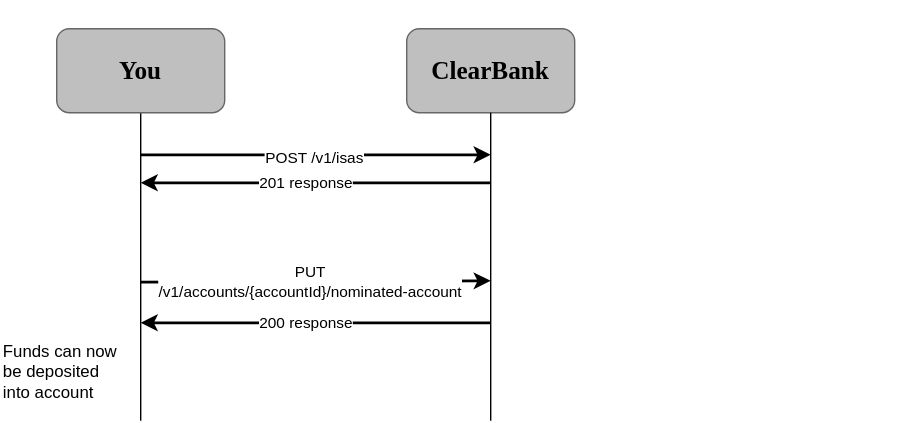
This is static/assets/images/cash-isa-open.svg from clearbank/clearbank.github.io, a draw.io export, as it was before one commit. Source tidied: cells renumbered, new cells last; positions are measured from the earlier drawing's top-left corner, leaving out a move shared by most shapes.
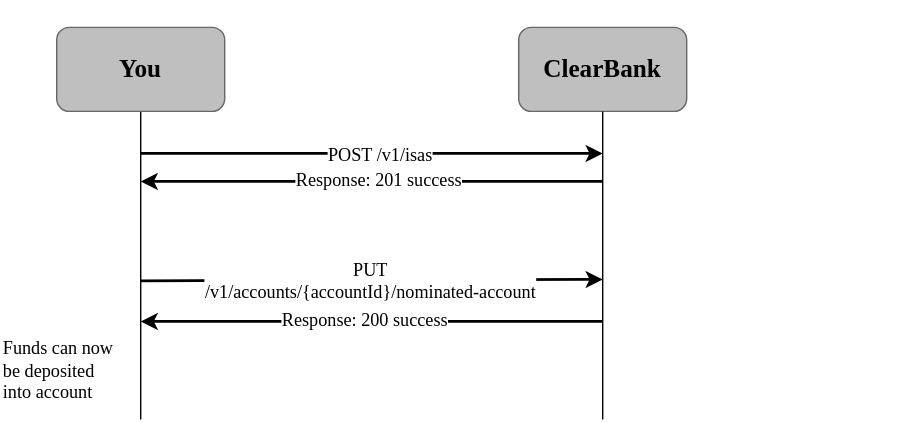
The same diagram one commit later.

The edit, as a diff of the source:
```diff
@@ -2,76 +2,75 @@
   <root>
     <mxCell id="0" />
     <mxCell id="1" parent="0" />
-    <mxCell id="2" value="ClearBank" style="rounded=1;whiteSpace=wrap;html=1;strokeColor=#666666;fillColor=#BFBFBF;gradientColor=none;fontFamily=Clear Sans Display;fontStyle=1;fontSize=18;" parent="1" vertex="1">
-      <mxGeometry x="290" y="20" width="120" height="60" as="geometry" />
+    <mxCell id="2" value="ClearBank" style="rounded=1;whiteSpace=wrap;html=1;strokeColor=#666666;fillColor=#BFBFBF;gradientColor=none;fontFamily=Clear Sans Text;fontStyle=1;fontSize=18;" parent="1" vertex="1">
+      <mxGeometry x="370" y="20" width="120" height="60" as="geometry" />
     </mxCell>
-    <mxCell id="3" style="edgeStyle=orthogonalEdgeStyle;rounded=0;jettySize=auto;html=1;endArrow=none;endFill=0;exitX=0.5;exitY=1;exitDx=0;exitDy=0;" parent="1" edge="1" source="2">
+    <mxCell id="3" style="edgeStyle=orthogonalEdgeStyle;rounded=0;jettySize=auto;html=1;endArrow=none;endFill=0;exitX=0.5;exitY=1;exitDx=0;exitDy=0;fontFamily=Clear Sans Text;fontSize=13;" parent="1" edge="1" source="2">
       <mxGeometry relative="1" as="geometry">
-        <mxPoint x="350" y="300" as="targetPoint" />
+        <mxPoint x="430" y="300" as="targetPoint" />
         <Array as="points">
-          <mxPoint x="350" y="300" />
+          <mxPoint x="430" y="300" />
         </Array>
       </mxGeometry>
     </mxCell>
-    <mxCell id="4" style="edgeStyle=orthogonalEdgeStyle;rounded=0;jettySize=auto;html=1;endArrow=none;endFill=0;" parent="1" edge="1" source="5">
+    <mxCell id="4" style="edgeStyle=orthogonalEdgeStyle;rounded=0;jettySize=auto;html=1;endArrow=none;endFill=0;fontFamily=Clear Sans Text;fontSize=13;" parent="1" edge="1" source="5">
       <mxGeometry relative="1" as="geometry">
         <mxPoint x="100" y="300" as="targetPoint" />
       </mxGeometry>
     </mxCell>
-    <mxCell id="5" value="You" style="rounded=1;whiteSpace=wrap;html=1;strokeColor=#666666;fillColor=#BFBFBF;gradientColor=none;fontFamily=Clear Sans Display;fontStyle=1;fontSize=18;" parent="1" vertex="1">
+    <mxCell id="5" value="You" style="rounded=1;whiteSpace=wrap;html=1;strokeColor=#666666;fillColor=#BFBFBF;gradientColor=none;fontFamily=Clear Sans Text;fontStyle=1;fontSize=18;" parent="1" vertex="1">
       <mxGeometry x="40" y="20" width="120" height="60" as="geometry" />
     </mxCell>
-    <mxCell id="6" style="endArrow=classic;html=1;rounded=0;strokeWidth=2;" parent="1" edge="1">
+    <mxCell id="6" style="endArrow=classic;html=1;rounded=0;strokeWidth=2;fontFamily=Clear Sans Text;fontSize=13;" parent="1" edge="1">
       <mxGeometry relative="1" as="geometry">
         <mxPoint x="100" y="110" as="sourcePoint" />
-        <mxPoint x="350" y="110" as="targetPoint" />
+        <mxPoint x="430" y="110" as="targetPoint" />
       </mxGeometry>
     </mxCell>
-    <mxCell id="7" value="POST /v1/isas" style="edgeLabel;html=1;align=center;verticalAlign=middle;" parent="6" vertex="1">
+    <mxCell id="7" value="POST /v1/isas" style="edgeLabel;html=1;align=center;verticalAlign=middle;fontFamily=Clear Sans Text;fontSize=13;" parent="6" vertex="1">
       <mxGeometry x="0.09" y="-1" relative="1" as="geometry">
-        <mxPoint x="-13" as="offset" />
+        <mxPoint x="-9" as="offset" />
       </mxGeometry>
     </mxCell>
-    <mxCell id="8" style="endArrow=classic;html=1;rounded=0;strokeWidth=2;" parent="1" edge="1">
+    <mxCell id="8" style="endArrow=classic;html=1;rounded=0;strokeWidth=2;fontFamily=Clear Sans Text;fontSize=13;" parent="1" edge="1">
       <mxGeometry relative="1" as="geometry">
-        <mxPoint x="350" y="130" as="sourcePoint" />
+        <mxPoint x="430" y="130" as="sourcePoint" />
         <mxPoint x="100" y="130" as="targetPoint" />
       </mxGeometry>
     </mxCell>
-    <mxCell id="9" value="201 response" style="edgeLabel;html=1;align=center;verticalAlign=middle;" parent="8" vertex="1">
+    <mxCell id="9" value="Response: 201 success" style="edgeLabel;html=1;align=center;verticalAlign=middle;fontFamily=Clear Sans Text;fontSize=13;" parent="8" vertex="1">
       <mxGeometry x="0.09" y="-1" relative="1" as="geometry">
-        <mxPoint x="3" as="offset" />
+        <mxPoint x="19" as="offset" />
       </mxGeometry>
     </mxCell>
-    <mxCell id="10" style="endArrow=classic;html=1;rounded=0;strokeWidth=2;" parent="1" edge="1">
+    <mxCell id="10" style="endArrow=classic;html=1;rounded=0;strokeWidth=2;fontFamily=Clear Sans Text;fontSize=13;entryX=0;entryY=1;entryDx=0;entryDy=0;" parent="1" edge="1" target="14">
       <mxGeometry relative="1" as="geometry">
         <mxPoint x="100" y="201" as="sourcePoint" />
-        <mxPoint x="350" y="200" as="targetPoint" />
       </mxGeometry>
     </mxCell>
-    <mxCell id="11" value="PUT&lt;br&gt;/v1/accounts/{accountId}/nominated-account" style="edgeLabel;html=1;align=center;verticalAlign=middle;" parent="10" vertex="1">
+    <mxCell id="11" value="PUT&lt;br style=&quot;font-size: 13px;&quot;&gt;/v1/accounts/{accountId}/nominated-account" style="edgeLabel;html=1;align=center;verticalAlign=middle;fontFamily=Clear Sans Text;fontSize=13;" parent="10" vertex="1">
       <mxGeometry x="0.09" y="-1" relative="1" as="geometry">
         <mxPoint x="-16" y="-1" as="offset" />
       </mxGeometry>
     </mxCell>
-    <mxCell id="12" style="endArrow=classic;html=1;rounded=0;strokeWidth=2;" parent="1" edge="1">
+    <mxCell id="12" style="endArrow=classic;html=1;rounded=0;strokeWidth=2;fontFamily=Clear Sans Text;fontSize=13;" parent="1" edge="1">
       <mxGeometry relative="1" as="geometry">
-        <mxPoint x="350" y="230" as="sourcePoint" />
+        <mxPoint x="430" y="230" as="sourcePoint" />
         <mxPoint x="100" y="230" as="targetPoint" />
       </mxGeometry>
     </mxCell>
-    <mxCell id="13" value="200 response" style="edgeLabel;html=1;align=center;verticalAlign=middle;" parent="12" vertex="1">
+    <mxCell id="13" value="Response: 200 success" style="edgeLabel;html=1;align=center;verticalAlign=middle;fontFamily=Clear Sans Text;fontSize=13;" parent="12" vertex="1">
       <mxGeometry x="0.09" y="-1" relative="1" as="geometry">
-        <mxPoint x="3" as="offset" />
+        <mxPoint x="9" as="offset" />
       </mxGeometry>
     </mxCell>
-    <mxCell id="14" style="rounded=1;whiteSpace=wrap;html=1;fillColor=none;strokeColor=none;" parent="1" vertex="1">
+    <mxCell id="14" style="rounded=1;whiteSpace=wrap;html=1;fillColor=none;strokeColor=none;fontFamily=Clear Sans Text;fontSize=13;" parent="1" vertex="1">
       <mxGeometry x="430" y="140" width="220" height="60" as="geometry" />
     </mxCell>
-    <mxCell id="15" value="Funds can now be deposited into account" style="text;html=1;strokeColor=none;fillColor=none;align=left;verticalAlign=middle;whiteSpace=wrap;rounded=0;" parent="1" vertex="1">
+    <mxCell id="15" value="Funds can now be deposited into account" style="text;html=1;strokeColor=none;fillColor=none;align=left;verticalAlign=middle;whiteSpace=wrap;rounded=0;fontFamily=Clear Sans Text;fontSize=13;" parent="1" vertex="1">
       <mxGeometry y="250" width="90" height="30" as="geometry" />
     </mxCell>
-    <mxCell id="16" style="rounded=0;whiteSpace=wrap;html=1;strokeColor=none;" parent="1" vertex="1">
+    <mxCell id="16" style="rounded=0;whiteSpace=wrap;html=1;strokeColor=none;fontFamily=Clear Sans Text;fontSize=13;" parent="1" vertex="1">
       <mxGeometry x="160" width="120" height="20" as="geometry" />
     </mxCell>
   </root>
```
